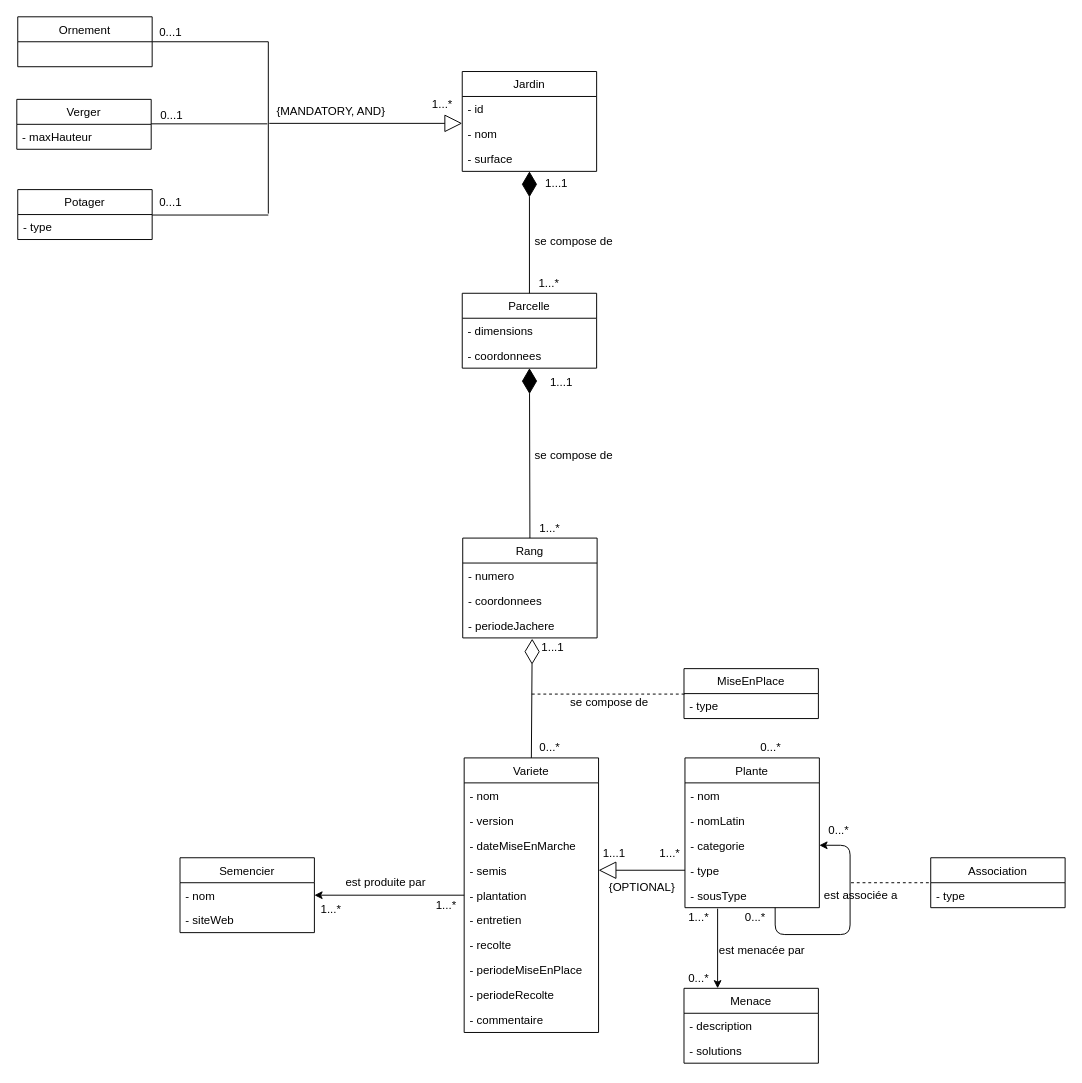
Earlier version of the draw.io diagram TP4_UML.drawio (GabTouchette/inf3710_tp4). Source tidied: cells renumbered, new cells numbered last; positions are measured from the earlier drawing's top-left corner, leaving out a move shared by most shapes. Both pictures are drawn from the tidied source at 96%, with x=0, y=0 at pixel (16, 16).
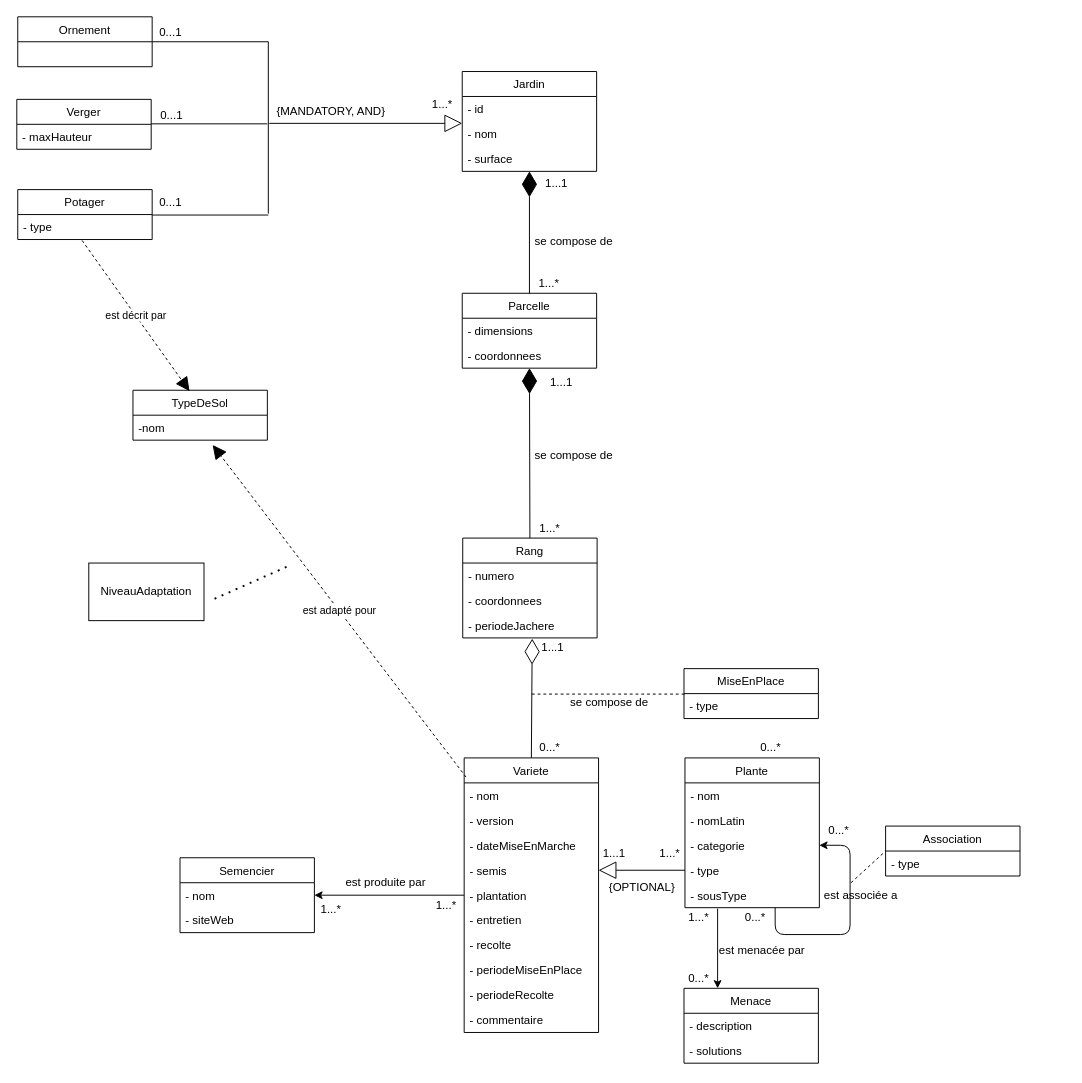
After the change.

The change refers to these unchanged cells:
```xml
<mxCell id="30" value="Variete" style="swimlane;fontStyle=0;horizontal=1;startSize=26;fillColor=none;" parent="1" vertex="1">
  <mxGeometry x="466" y="772" width="140" height="286" as="geometry" />
</mxCell>
```

What changed in the source:
```diff
@@
+    <mxCell id="86" value="est adapté pour" style="endArrow=block;dashed=1;endFill=1;endSize=12;html=1;rounded=0;strokeColor=#000000;entryX=0.593;entryY=1.192;entryDx=0;entryDy=0;entryPerimeter=0;" parent="30" edge="1" target="88">
+      <mxGeometry relative="1" as="geometry">
+        <mxPoint x="2" y="20" as="sourcePoint" />
+      </mxGeometry>
+    </mxCell>
@@
     <mxCell id="44" value="Association" style="swimlane;fontStyle=0;horizontal=1;startSize=26;fillColor=none;" parent="1" vertex="1">
-      <mxGeometry x="952" y="876" width="140" height="52" as="geometry" />
+      <mxGeometry x="905" y="843" width="140" height="52" as="geometry" />
     </mxCell>
@@
+    <mxCell id="87" value="TypeDeSol" style="swimlane;fontStyle=0;horizontal=1;startSize=26;fillColor=none;" parent="1" vertex="1">
+      <mxGeometry x="121" y="389" width="140" height="52" as="geometry" />
+    </mxCell>
+    <mxCell id="88" value="-nom" style="text;strokeColor=none;fillColor=none;align=left;verticalAlign=top;spacingLeft=4;spacingRight=4;overflow=hidden;points=[[0,0.5],[1,0.5]];portConstraint=eastwest;" parent="87" vertex="1">
+      <mxGeometry y="26" width="140" height="26" as="geometry" />
+    </mxCell>
+    <mxCell id="89" value="NiveauAdaptation" style="rounded=0;whiteSpace=wrap;html=1;" parent="1" vertex="1">
+      <mxGeometry x="75" y="569" width="120" height="60" as="geometry" />
+    </mxCell>
+    <mxCell id="90" style="endArrow=none;dashed=1;html=1;dashPattern=1 3;strokeWidth=2;rounded=0;entryX=1.058;entryY=0.65;entryDx=0;entryDy=0;entryPerimeter=0;" parent="1" edge="1" target="89">
+      <mxGeometry relative="1" as="geometry">
+        <mxPoint x="281" y="573" as="sourcePoint" />
+      </mxGeometry>
+    </mxCell>
+    <mxCell id="91" value="est décrit par" style="endArrow=block;dashed=1;endFill=1;endSize=12;html=1;rounded=0;entryX=0.421;entryY=0.019;entryDx=0;entryDy=0;entryPerimeter=0;strokeColor=#000000;" parent="1" edge="1" target="87">
+      <mxGeometry relative="1" as="geometry">
+        <mxPoint x="68" y="233" as="sourcePoint" />
+      </mxGeometry>
+    </mxCell>
```
